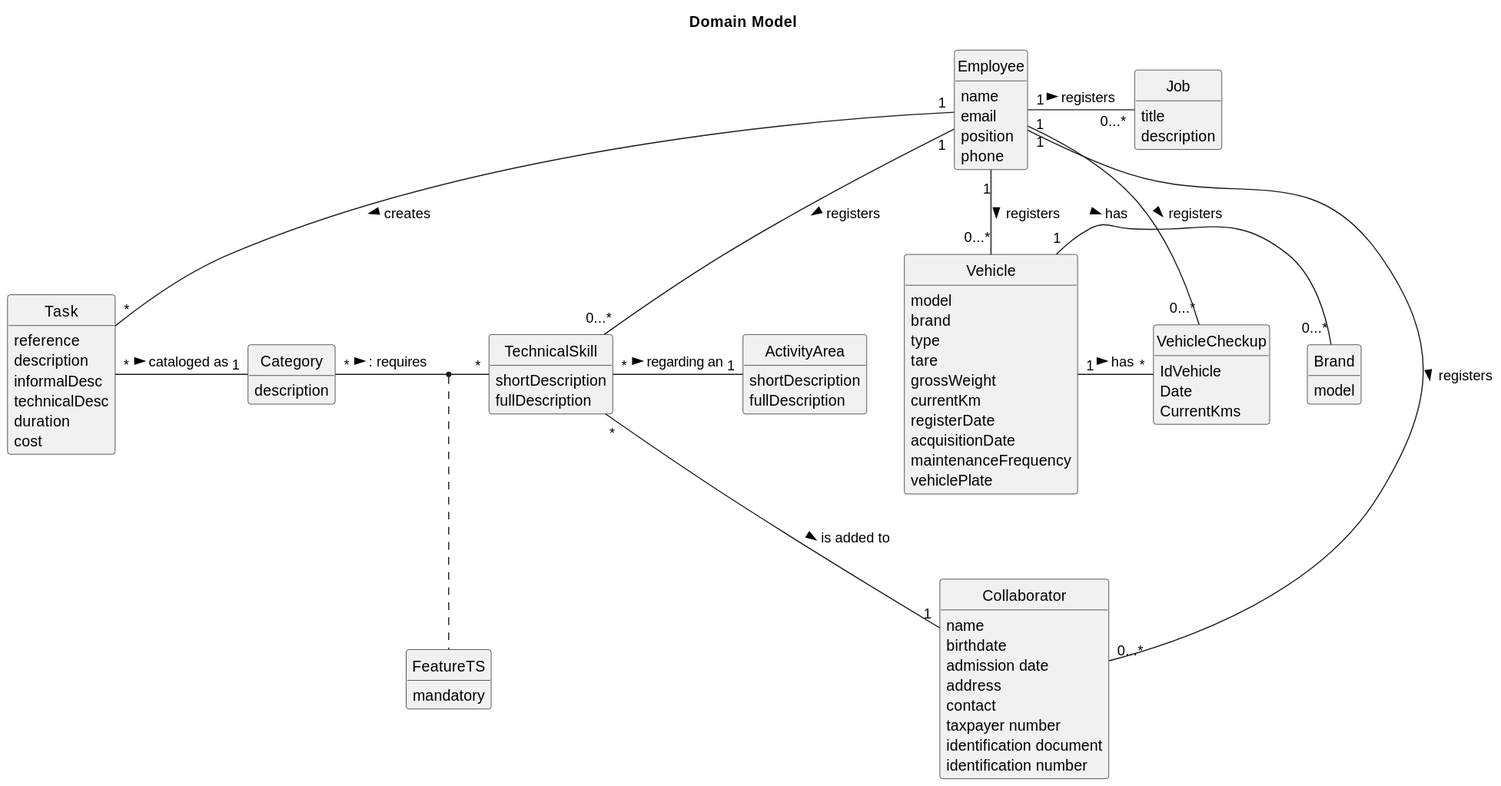
Earlier version of the PlantUML export docs/sprintA/global-artifacts/02.analysis/svg/project-domain-model.svg (RicardoMorim/lapr2-ISEP-Project). Its diagram source:
```plantuml
@startuml
skinparam monochrome true
skinparam packageStyle rectangle
skinparam shadowing false
skinparam classAttributeIconSize 0
hide circle
hide methods

title Domain Model


class VehicleCheckup {
    IdVehicle
    Date
    CurrentKms
}

class Task {
    reference
    description
    informalDesc
    technicalDesc
    duration
    cost
}

class Category {
    description
}

class Employee {
    name
    email
    position
    phone
}

class TechnicalSkill{
    shortDescription
    fullDescription
}

class ActivityArea{
    shortDescription
    fullDescription
}

class FeatureTS{
    mandatory
}



class Vehicle{
    model
    brand
    type
    tare
    grossWeight
    currentKm
    registerDate
    acquisitionDate
    maintenanceFrequency
    vehiclePlate
}

class Job{
    title
    description
}

class Collaborator {
    name
    birthdate
    admission date
    address
    contact
    taxpayer number
    identification document
    identification number
}

class Brand {
    model
}

Employee "1" -- "*" Task : creates >

Task "*" - "1" Category: cataloged as >
TechnicalSkill "*" - "1" ActivityArea: regarding an >

Category "*" - "*" TechnicalSkill :  : requires >
(Category, TechnicalSkill) . FeatureTS
Employee "1" - "0...*" VehicleCheckup :  > registers

Employee "1" -- "0...*" Vehicle : registers >

Vehicle "1" - "*" VehicleCheckup : has >
Vehicle "1" - "0...*" Brand : has >
TechnicalSkill "*" -- "1" Collaborator : is added to >
Employee "1" - "0...*" TechnicalSkill : registers >
Employee "1" - "0...*" Job : registers >
Employee "1" -- "0...*" Collaborator : registers >
@enduml
```
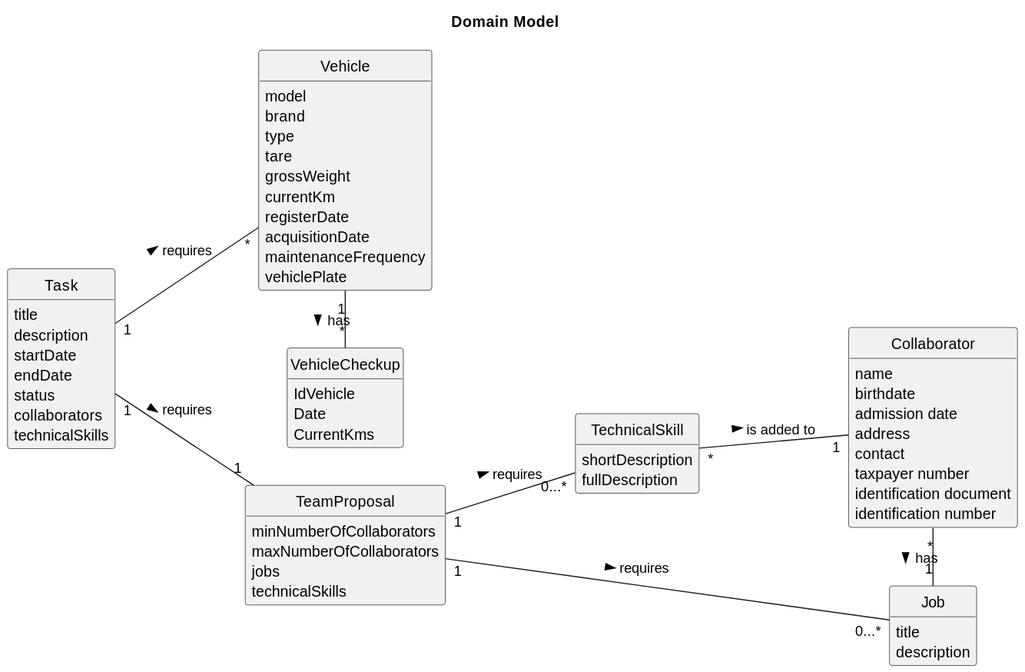
After the change.

Commit message:
Updated the project domain model

Diff of the diagram source:
```diff
@@ -2,6 +2,9 @@
 skinparam monochrome true
 skinparam packageStyle rectangle
 skinparam shadowing false
+
+left to right direction
+
 skinparam classAttributeIconSize 0
 hide circle
 hide methods
@@ -15,40 +18,28 @@
     CurrentKms
 }
 
-class Task {
-    reference
-    description
-    informalDesc
-    technicalDesc
-    duration
-    cost
-}
-
-class Category {
-    description
-}
-
-class Employee {
-    name
-    email
-    position
-    phone
-}
 
 class TechnicalSkill{
     shortDescription
     fullDescription
 }
+class TeamProposal{
+     minNumberOfCollaborators
+     maxNumberOfCollaborators
+     jobs
+     technicalSkills
 
-class ActivityArea{
-    shortDescription
-    fullDescription
+ }
+
+class Task{
+    title
+    description
+    startDate
+    endDate
+    status
+    collaborators
+    technicalSkills
 }
-
-class FeatureTS{
-    mandatory
-}
-
 
 
 class Vehicle{
@@ -80,25 +71,15 @@
     identification number
 }
 
-class Brand {
-    model
-}
+Task "1" -- "*" Vehicle : requires >
 
-Employee "1" -- "*" Task : creates >
+Task "1" -- "1" TeamProposal : requires >
 
-Task "*" - "1" Category: cataloged as >
-TechnicalSkill "*" - "1" ActivityArea: regarding an >
+TeamProposal "1" -- "0...*" TechnicalSkill : requires >
+TeamProposal "1" -- "0...*" Job : requires >
 
-Category "*" - "*" TechnicalSkill :  : requires >
-(Category, TechnicalSkill) . FeatureTS
-Employee "1" - "0...*" VehicleCheckup :  > registers
-
-Employee "1" -- "0...*" Vehicle : registers >
 
 Vehicle "1" - "*" VehicleCheckup : has >
-Vehicle "1" - "0...*" Brand : has >
 TechnicalSkill "*" -- "1" Collaborator : is added to >
-Employee "1" - "0...*" TechnicalSkill : registers >
-Employee "1" - "0...*" Job : registers >
-Employee "1" -- "0...*" Collaborator : registers >
+Collaborator "*" - "1" Job : has >
 @enduml
```
